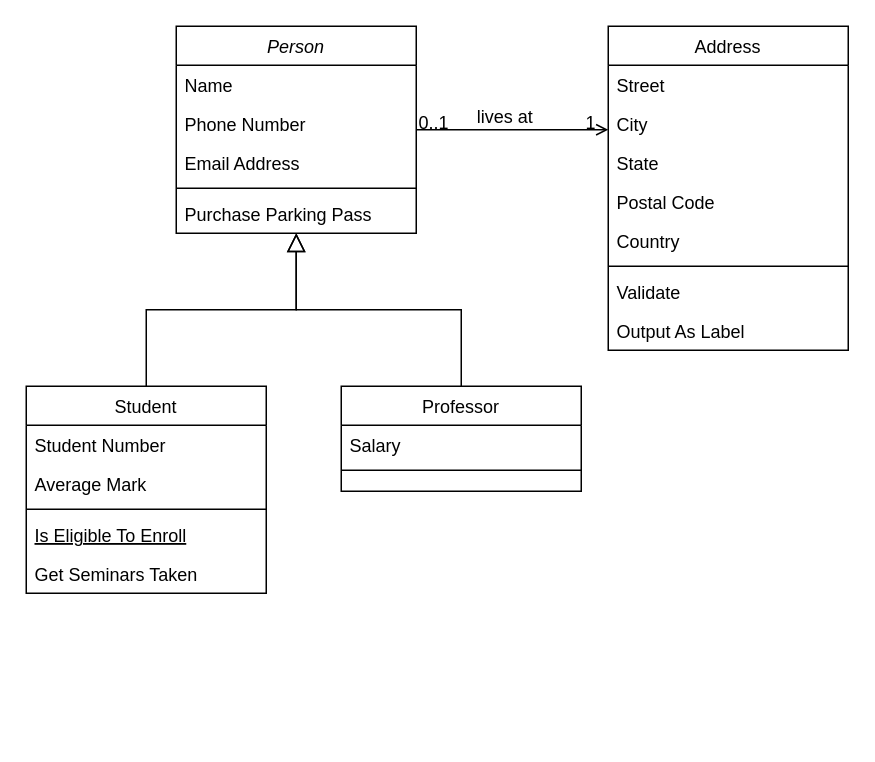
Above: SoftSci4_class.drawio in MigLyons/Draw.io (draw.io), before the change. Source tidied: cells renumbered, new cells numbered last; positions are measured from the earlier drawing's top-left corner, leaving out a move shared by most shapes. Both pictures are drawn from the tidied source at 150%, with x=0, y=0 at pixel (26, 26).
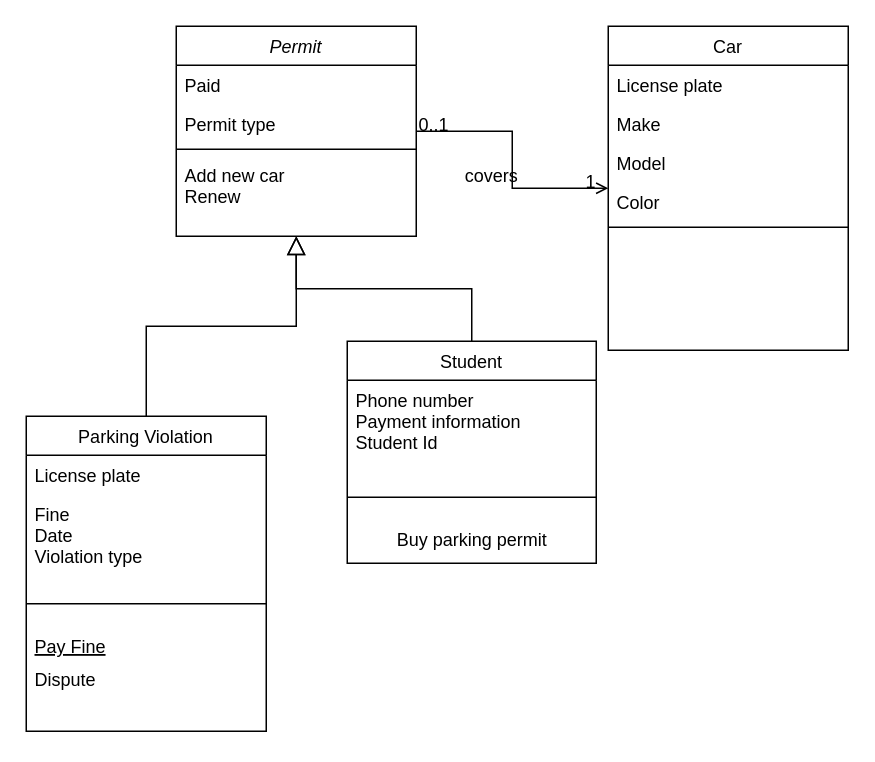
The same diagram, later.

What changed in the source:
```diff
@@
-    <mxCell id="2" value="Person" style="swimlane;fontStyle=2;align=center;verticalAlign=top;horizontal=1;startSize=26;rounded=0;shadow=0;strokeWidth=1;" parent="1" vertex="1">
-      <mxGeometry x="100" width="160" height="138" as="geometry" />
+    <mxCell id="2" value="Permit" style="swimlane;fontStyle=2;align=center;verticalAlign=top;horizontal=1;startSize=26;rounded=0;shadow=0;strokeWidth=1;" parent="1" vertex="1">
+      <mxGeometry x="100" width="160" height="140" as="geometry" />
     </mxCell>
-    <mxCell id="3" value="Name" style="text;align=left;verticalAlign=top;spacingLeft=4;spacingRight=4;overflow=hidden;" parent="2" vertex="1">
+    <mxCell id="3" value="Paid" style="text;align=left;verticalAlign=top;spacingLeft=4;spacingRight=4;overflow=hidden;" parent="2" vertex="1">
       <mxGeometry y="26" width="160" height="26" as="geometry" />
     </mxCell>
-    <mxCell id="4" value="Phone Number" style="text;align=left;verticalAlign=top;spacingLeft=4;spacingRight=4;overflow=hidden;rounded=0;shadow=0;html=0;" parent="2" vertex="1">
+    <mxCell id="4" value="Permit type" style="text;align=left;verticalAlign=top;spacingLeft=4;spacingRight=4;overflow=hidden;rounded=0;shadow=0;html=0;" parent="2" vertex="1">
       <mxGeometry y="52" width="160" height="26" as="geometry" />
     </mxCell>
-    <mxCell id="5" value="Email Address" style="text;align=left;verticalAlign=top;spacingLeft=4;spacingRight=4;overflow=hidden;rounded=0;shadow=0;html=0;" parent="2" vertex="1">
-      <mxGeometry y="78" width="160" height="26" as="geometry" />
-    </mxCell>
     <mxCell id="6" style="line;html=1;strokeWidth=1;align=left;verticalAlign=middle;spacingTop=-1;spacingLeft=3;spacingRight=3;labelPosition=right;" parent="2" vertex="1">
-      <mxGeometry y="104" width="160" height="8" as="geometry" />
+      <mxGeometry y="78" width="160" height="8" as="geometry" />
     </mxCell>
-    <mxCell id="7" value="Purchase Parking Pass" style="text;align=left;verticalAlign=top;spacingLeft=4;spacingRight=4;overflow=hidden;" parent="2" vertex="1">
-      <mxGeometry y="112" width="160" height="26" as="geometry" />
+    <mxCell id="7" value="Add new car&#10;Renew&#10;" style="text;align=left;verticalAlign=top;spacingLeft=4;spacingRight=4;overflow=hidden;" parent="2" vertex="1">
+      <mxGeometry y="86" width="160" height="54" as="geometry" />
     </mxCell>
-    <mxCell id="8" value="Student" style="swimlane;fontStyle=0;align=center;verticalAlign=top;horizontal=1;startSize=26;rounded=0;shadow=0;strokeWidth=1;" parent="1" vertex="1">
-      <mxGeometry y="240" width="160" height="138" as="geometry" />
+    <mxCell id="8" value="Parking Violation" style="swimlane;fontStyle=0;align=center;verticalAlign=top;horizontal=1;startSize=26;rounded=0;shadow=0;strokeWidth=1;" parent="1" vertex="1">
+      <mxGeometry y="260" width="160" height="210" as="geometry" />
     </mxCell>
-    <mxCell id="9" value="Student Number" style="text;align=left;verticalAlign=top;spacingLeft=4;spacingRight=4;overflow=hidden;" parent="8" vertex="1">
+    <mxCell id="9" value="License plate" style="text;align=left;verticalAlign=top;spacingLeft=4;spacingRight=4;overflow=hidden;" parent="8" vertex="1">
       <mxGeometry y="26" width="160" height="26" as="geometry" />
     </mxCell>
-    <mxCell id="10" value="Average Mark" style="text;align=left;verticalAlign=top;spacingLeft=4;spacingRight=4;overflow=hidden;rounded=0;shadow=0;html=0;" parent="8" vertex="1">
-      <mxGeometry y="52" width="160" height="26" as="geometry" />
+    <mxCell id="10" value="Fine&#10;Date&#10;Violation type&#10;" style="text;align=left;verticalAlign=top;spacingLeft=4;spacingRight=4;overflow=hidden;rounded=0;shadow=0;html=0;" parent="8" vertex="1">
+      <mxGeometry y="52" width="160" height="58" as="geometry" />
     </mxCell>
     <mxCell id="11" style="line;html=1;strokeWidth=1;align=left;verticalAlign=middle;spacingTop=-1;spacingLeft=3;spacingRight=3;labelPosition=right;" parent="8" vertex="1">
-      <mxGeometry y="78" width="160" height="8" as="geometry" />
+      <mxGeometry y="110" width="160" height="30" as="geometry" />
     </mxCell>
-    <mxCell id="12" value="Is Eligible To Enroll" style="text;align=left;verticalAlign=top;spacingLeft=4;spacingRight=4;overflow=hidden;fontStyle=4;" parent="8" vertex="1">
-      <mxGeometry y="86" width="160" height="26" as="geometry" />
+    <mxCell id="12" value="Pay Fine" style="text;align=left;verticalAlign=top;spacingLeft=4;spacingRight=4;overflow=hidden;fontStyle=4;" parent="8" vertex="1">
+      <mxGeometry y="140" width="160" height="22" as="geometry" />
     </mxCell>
-    <mxCell id="13" value="Get Seminars Taken" style="text;align=left;verticalAlign=top;spacingLeft=4;spacingRight=4;overflow=hidden;" parent="8" vertex="1">
-      <mxGeometry y="112" width="160" height="26" as="geometry" />
+    <mxCell id="13" value="Dispute" style="text;align=left;verticalAlign=top;spacingLeft=4;spacingRight=4;overflow=hidden;" parent="8" vertex="1">
+      <mxGeometry y="162" width="160" height="48" as="geometry" />
     </mxCell>
@@
-    <mxCell id="15" value="Professor" style="swimlane;fontStyle=0;align=center;verticalAlign=top;horizontal=1;startSize=26;rounded=0;shadow=0;strokeWidth=1;" parent="1" vertex="1">
-      <mxGeometry x="210" y="240" width="160" height="70" as="geometry" />
+    <mxCell id="15" value="Student" style="swimlane;fontStyle=0;align=center;verticalAlign=top;horizontal=1;startSize=26;rounded=0;shadow=0;strokeWidth=1;" parent="1" vertex="1">
+      <mxGeometry x="214" y="210" width="166" height="148" as="geometry" />
     </mxCell>
-    <mxCell id="16" value="Salary" style="text;align=left;verticalAlign=top;spacingLeft=4;spacingRight=4;overflow=hidden;" parent="15" vertex="1">
-      <mxGeometry y="26" width="160" height="26" as="geometry" />
+    <mxCell id="16" value="Phone number&#10;Payment information&#10;Student Id&#10;" style="text;align=left;verticalAlign=top;spacingLeft=4;spacingRight=4;overflow=hidden;" parent="15" vertex="1">
+      <mxGeometry y="26" width="166" height="64" as="geometry" />
     </mxCell>
-    <mxCell id="17" style="line;html=1;strokeWidth=1;align=left;verticalAlign=middle;spacingTop=-1;spacingLeft=3;spacingRight=3;labelPosition=right;" parent="15" vertex="1">
-      <mxGeometry y="52" width="160" height="8" as="geometry" />
+    <mxCell id="17" value="&lt;div&gt;&lt;br&gt;&lt;/div&gt;&lt;div&gt;&lt;br&gt;&lt;/div&gt;" style="line;html=1;strokeWidth=1;align=left;verticalAlign=middle;spacingTop=-1;spacingLeft=3;spacingRight=3;labelPosition=right;" parent="15" vertex="1">
+      <mxGeometry y="90" width="166" height="28" as="geometry" />
     </mxCell>
+    <mxCell id="32" value="Buy parking permit" style="text;html=1;align=center;verticalAlign=middle;strokeColor=none;fillColor=none;" parent="15" vertex="1">
+      <mxGeometry y="118" width="166" height="30" as="geometry" />
+    </mxCell>
@@
-    <mxCell id="19" value="Address" style="swimlane;fontStyle=0;align=center;verticalAlign=top;horizontal=1;startSize=26;rounded=0;shadow=0;strokeWidth=1;" parent="1" vertex="1">
+    <mxCell id="19" value="Car" style="swimlane;fontStyle=0;align=center;verticalAlign=top;horizontal=1;startSize=26;rounded=0;shadow=0;strokeWidth=1;" parent="1" vertex="1">
       <mxGeometry x="388" width="160" height="216" as="geometry" />
     </mxCell>
-    <mxCell id="20" value="Street" style="text;align=left;verticalAlign=top;spacingLeft=4;spacingRight=4;overflow=hidden;" parent="19" vertex="1">
+    <mxCell id="20" value="License plate" style="text;align=left;verticalAlign=top;spacingLeft=4;spacingRight=4;overflow=hidden;" parent="19" vertex="1">
       <mxGeometry y="26" width="160" height="26" as="geometry" />
     </mxCell>
-    <mxCell id="21" value="City" style="text;align=left;verticalAlign=top;spacingLeft=4;spacingRight=4;overflow=hidden;rounded=0;shadow=0;html=0;" parent="19" vertex="1">
+    <mxCell id="21" value="Make" style="text;align=left;verticalAlign=top;spacingLeft=4;spacingRight=4;overflow=hidden;rounded=0;shadow=0;html=0;" parent="19" vertex="1">
       <mxGeometry y="52" width="160" height="26" as="geometry" />
     </mxCell>
-    <mxCell id="22" value="State" style="text;align=left;verticalAlign=top;spacingLeft=4;spacingRight=4;overflow=hidden;rounded=0;shadow=0;html=0;" parent="19" vertex="1">
+    <mxCell id="22" value="Model" style="text;align=left;verticalAlign=top;spacingLeft=4;spacingRight=4;overflow=hidden;rounded=0;shadow=0;html=0;" parent="19" vertex="1">
       <mxGeometry y="78" width="160" height="26" as="geometry" />
     </mxCell>
-    <mxCell id="23" value="Postal Code" style="text;align=left;verticalAlign=top;spacingLeft=4;spacingRight=4;overflow=hidden;rounded=0;shadow=0;html=0;" parent="19" vertex="1">
+    <mxCell id="23" value="Color" style="text;align=left;verticalAlign=top;spacingLeft=4;spacingRight=4;overflow=hidden;rounded=0;shadow=0;html=0;" parent="19" vertex="1">
       <mxGeometry y="104" width="160" height="26" as="geometry" />
     </mxCell>
-    <mxCell id="24" value="Country" style="text;align=left;verticalAlign=top;spacingLeft=4;spacingRight=4;overflow=hidden;rounded=0;shadow=0;html=0;" parent="19" vertex="1">
-      <mxGeometry y="130" width="160" height="26" as="geometry" />
-    </mxCell>
     <mxCell id="25" style="line;html=1;strokeWidth=1;align=left;verticalAlign=middle;spacingTop=-1;spacingLeft=3;spacingRight=3;labelPosition=right;" parent="19" vertex="1">
-      <mxGeometry y="156" width="160" height="8" as="geometry" />
+      <mxGeometry y="130" width="160" height="8" as="geometry" />
     </mxCell>
-    <mxCell id="26" value="Validate" style="text;align=left;verticalAlign=top;spacingLeft=4;spacingRight=4;overflow=hidden;" parent="19" vertex="1">
-      <mxGeometry y="164" width="160" height="26" as="geometry" />
-    </mxCell>
-    <mxCell id="27" value="Output As Label" style="text;align=left;verticalAlign=top;spacingLeft=4;spacingRight=4;overflow=hidden;" parent="19" vertex="1">
-      <mxGeometry y="190" width="160" height="26" as="geometry" />
-    </mxCell>
-    <mxCell id="28" style="endArrow=open;shadow=0;strokeWidth=1;rounded=0;curved=0;endFill=1;edgeStyle=elbowEdgeStyle;elbow=vertical;" parent="1" edge="1" source="2" target="19">
+    <mxCell id="28" style="endArrow=open;shadow=0;strokeWidth=1;rounded=0;curved=0;endFill=1;edgeStyle=elbowEdgeStyle;elbow=horizontal;" parent="1" edge="1" source="2" target="19">
       <mxGeometry x="0.5" y="41" relative="1" as="geometry">
         <mxPoint x="-40" y="32" as="offset" />
       </mxGeometry>
     </mxCell>
@@
-    <mxCell id="31" value="lives at" style="text;html=1;align=center;verticalAlign=middle;labelBackgroundColor=none;rounded=0;shadow=0;strokeWidth=1;fontSize=12;" parent="28" vertex="1">
+    <mxCell id="31" value="covers" style="text;html=1;align=center;verticalAlign=middle;labelBackgroundColor=none;rounded=0;shadow=0;strokeWidth=1;fontSize=12;" parent="28" vertex="1">
       <mxGeometry x="0.5" y="49" relative="1" as="geometry">
         <mxPoint x="-38" y="40" as="offset" />
       </mxGeometry>
     </mxCell>
```
